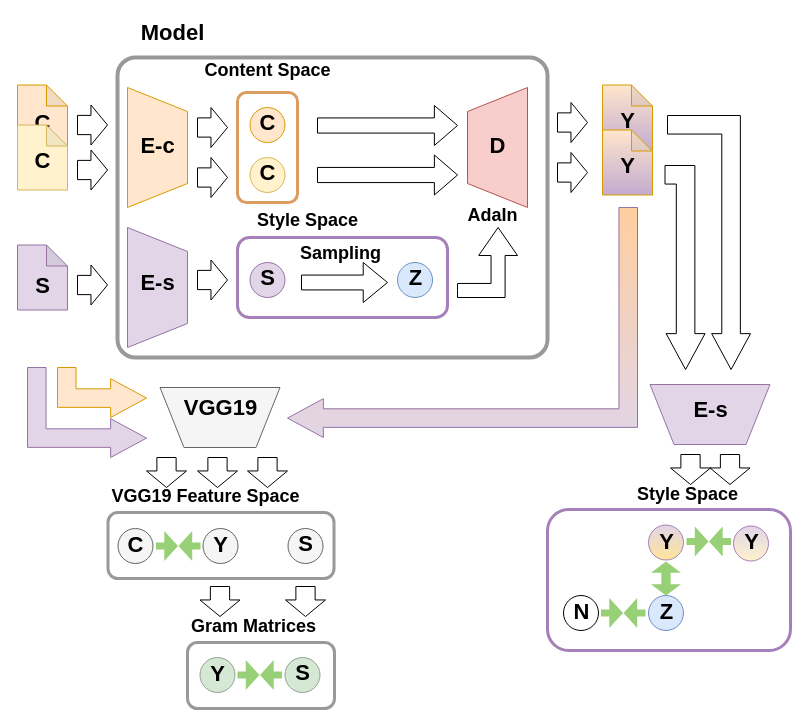
Above: presentation/pipeline.drawio in dfuchsgruber/VariationalStyleTransfer (draw.io), before the change. Source tidied: cells renumbered, new cells numbered last; positions are measured from the earlier drawing's top-left corner, leaving out a move shared by most shapes. Both pictures are drawn from the tidied source at 100%, with x=0, y=0 at pixel (17, 17).
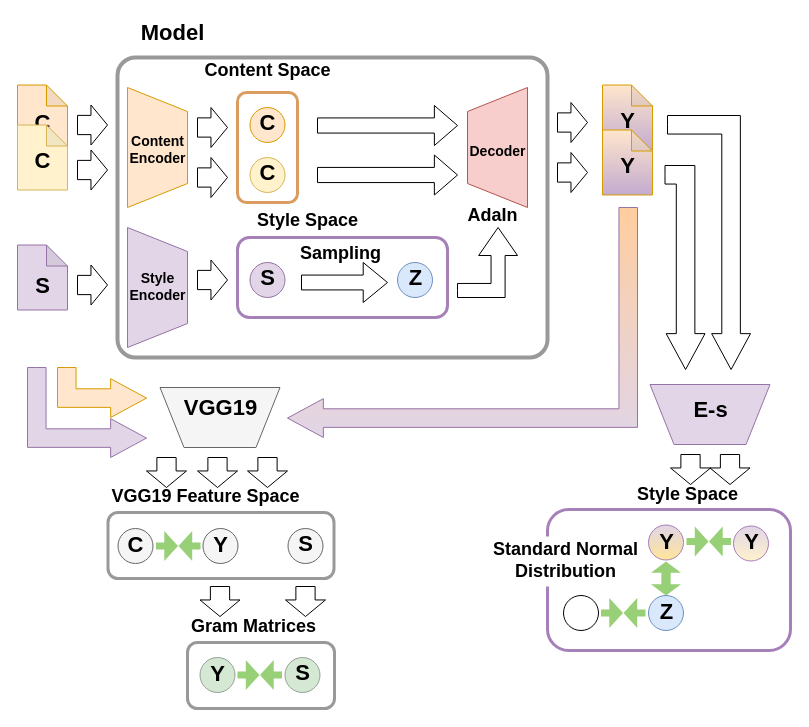
The same page after the edit.

Diff of the diagram source:
```diff
@@
-    <mxCell id="41" value="&lt;div style=&quot;font-size: 22px&quot; align=&quot;center&quot;&gt;&lt;font&gt;&lt;b&gt;E-c&lt;br&gt;&lt;/b&gt;&lt;/font&gt;&lt;/div&gt;" style="text;html=1;align=center;verticalAlign=top;spacingTop=-4;fontColor=#000000;" parent="1" vertex="1">
-      <mxGeometry x="115" y="112.5" width="50" height="20" as="geometry" />
+    <mxCell id="41" value="&lt;div style=&quot;font-size: 14px&quot;&gt;&lt;b&gt;&lt;font style=&quot;font-size: 14px&quot;&gt;Content &lt;br&gt;&lt;/font&gt;&lt;/b&gt;&lt;/div&gt;&lt;div style=&quot;font-size: 14px&quot;&gt;&lt;b&gt;&lt;font style=&quot;font-size: 14px&quot;&gt;Encoder&lt;/font&gt;&lt;/b&gt;&lt;/div&gt;" style="text;html=1;align=center;verticalAlign=top;spacingTop=-4;fontColor=#000000;" parent="1" vertex="1">
+      <mxGeometry x="105" y="112.5" width="70" height="30" as="geometry" />
     </mxCell>
-    <mxCell id="42" value="&lt;div style=&quot;font-size: 22px&quot; align=&quot;center&quot;&gt;&lt;font&gt;&lt;b&gt;E-s&lt;/b&gt;&lt;/font&gt;&lt;/div&gt;" style="text;html=1;align=center;verticalAlign=top;spacingTop=-4;fontColor=#000000;" parent="1" vertex="1">
-      <mxGeometry x="115" y="250" width="50" height="20" as="geometry" />
+    <mxCell id="42" value="&lt;div style=&quot;font-size: 14px&quot;&gt;&lt;b&gt;&lt;font style=&quot;font-size: 14px&quot;&gt;Style&lt;br&gt;&lt;/font&gt;&lt;/b&gt;&lt;/div&gt;&lt;div style=&quot;font-size: 14px&quot;&gt;&lt;b&gt;&lt;font style=&quot;font-size: 14px&quot;&gt;Encoder&lt;/font&gt;&lt;/b&gt;&lt;/div&gt;" style="text;html=1;align=center;verticalAlign=top;spacingTop=-4;fontColor=#000000;" parent="1" vertex="1">
+      <mxGeometry x="105" y="250" width="70" height="30" as="geometry" />
     </mxCell>
@@
-    <mxCell id="46" value="&lt;div style=&quot;font-size: 22px&quot; align=&quot;center&quot;&gt;&lt;font&gt;&lt;b&gt;D&lt;/b&gt;&lt;/font&gt;&lt;/div&gt;" style="text;html=1;align=center;verticalAlign=top;spacingTop=-4;fontColor=#000000;" parent="1" vertex="1">
-      <mxGeometry x="465" y="112.5" width="30" height="20" as="geometry" />
+    <mxCell id="46" value="&lt;b&gt;&lt;font style=&quot;font-size: 14px&quot;&gt;Decoder&lt;/font&gt;&lt;/b&gt;" style="text;html=1;align=center;verticalAlign=top;spacingTop=-4;fontColor=#000000;" parent="1" vertex="1">
+      <mxGeometry x="445" y="122.5" width="70" height="20" as="geometry" />
     </mxCell>
@@
-    <mxCell id="90" value="&lt;font style=&quot;font-size: 22px&quot;&gt;&lt;b&gt;N&lt;br&gt;&lt;/b&gt;&lt;/font&gt;" style="text;html=1;align=center;verticalAlign=top;spacingTop=-4;direction=south;fontColor=#000000;" parent="1" vertex="1">
-      <mxGeometry x="548.5" y="579" width="30" height="20" as="geometry" />
+    <mxCell id="90" value="&lt;div&gt;&lt;b&gt;&lt;font style=&quot;font-size: 18px&quot;&gt;Standard Normal &lt;br&gt;&lt;/font&gt;&lt;/b&gt;&lt;/div&gt;&lt;div&gt;&lt;b&gt;&lt;font style=&quot;font-size: 18px&quot;&gt;Distribution&lt;/font&gt;&lt;/b&gt; &lt;/div&gt;" style="text;html=1;align=center;verticalAlign=top;spacingTop=-4;direction=south;fillColor=#ffffff;" parent="1" vertex="1">
+      <mxGeometry x="468" y="519" width="160" height="50" as="geometry" />
     </mxCell>
```
